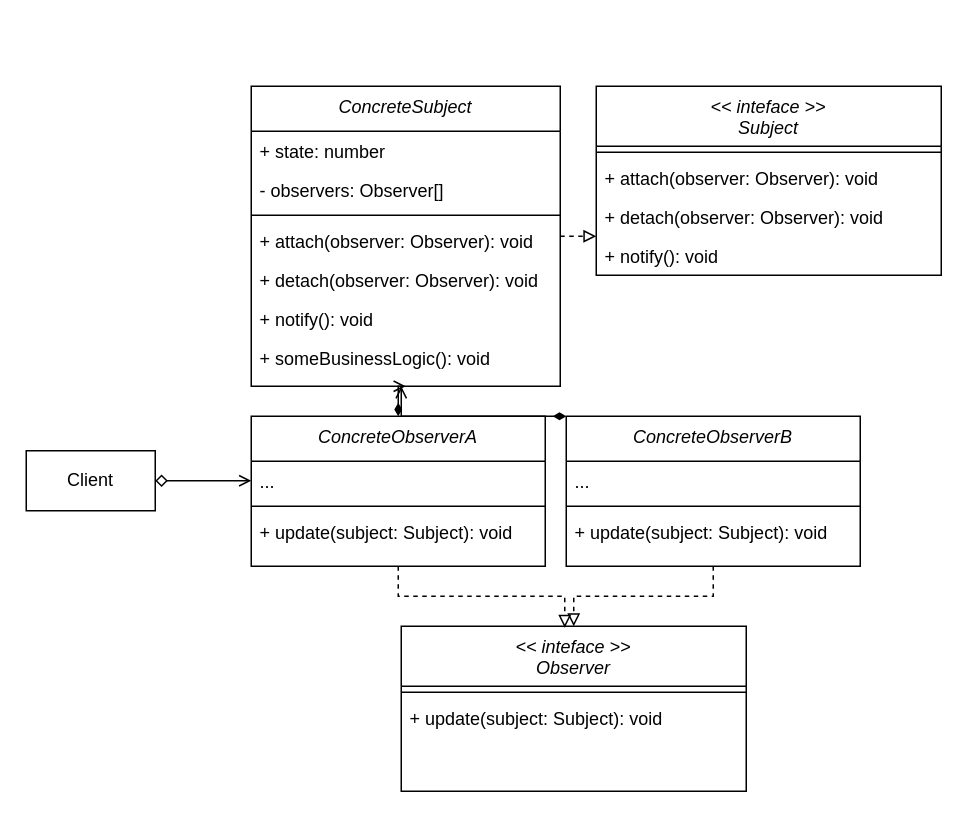
The draw.io diagram assets/draow.io/observer.drawio in orchsik/jts-pad, before the edit. Source tidied: cells renumbered, new cells numbered last; positions are measured from the earlier drawing's top-left corner, leaving out a move shared by most shapes. Both pictures are drawn from the tidied source at 150%, with x=0, y=0 at pixel (26, 86).
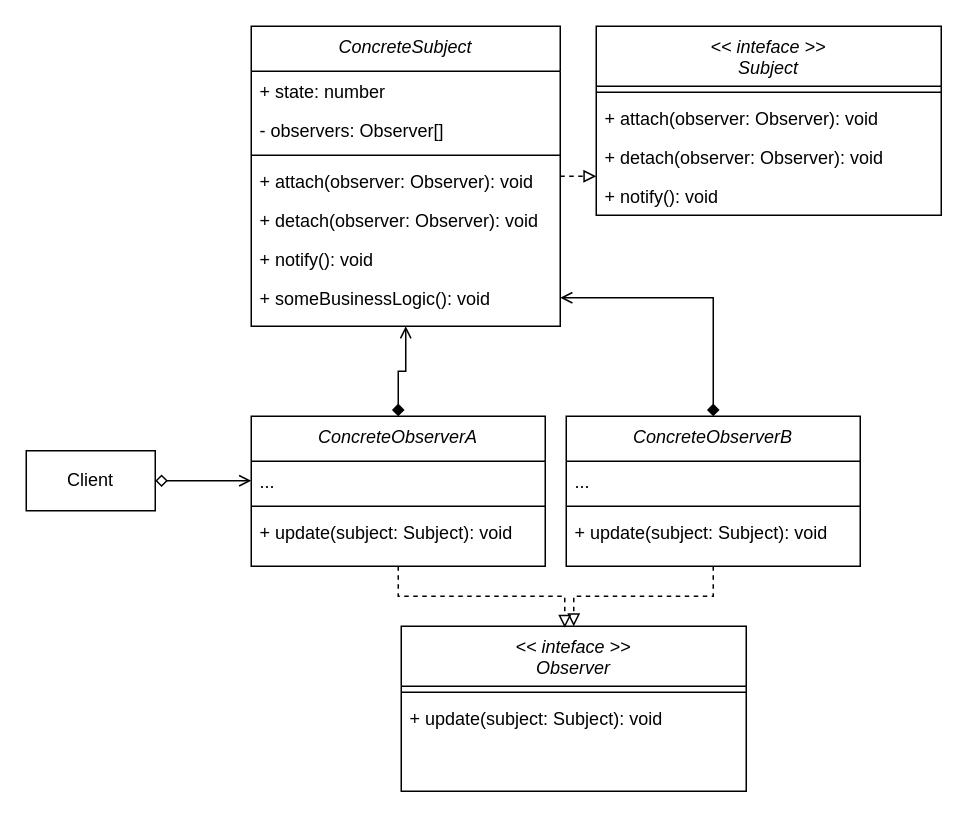
After the change.

Commit message (it also covers changes not shown here):
Update: class diagram for Observer index

The change refers to these unchanged cells:
```xml
<mxCell id="7" value="ConcreteObserverB" style="swimlane;fontStyle=2;align=center;verticalAlign=top;horizontal=1;startSize=30;rounded=0;shadow=0;strokeWidth=1;swimlaneLine=1;" parent="1" vertex="1">
  <mxGeometry x="360" y="220" width="196" height="100" as="geometry" />
</mxCell>
<mxCell id="19" value="+ someBusinessLogic(): void" style="text;align=left;verticalAlign=top;spacingLeft=4;spacingRight=4;overflow=hidden;points=[[0,0.5],[1,0.5]];portConstraint=eastwest;" parent="12" vertex="1">
  <mxGeometry y="168" width="206" height="26" as="geometry" />
</mxCell>
<mxCell id="22" value="ConcreteObserverA" style="swimlane;fontStyle=2;align=center;verticalAlign=top;horizontal=1;startSize=30;rounded=0;shadow=0;strokeWidth=1;swimlaneLine=1;" parent="1" vertex="1">
  <mxGeometry x="150" y="220" width="196" height="100" as="geometry" />
</mxCell>
<mxCell id="32" value="+ notify(): void" style="text;align=left;verticalAlign=top;spacingLeft=4;spacingRight=4;overflow=hidden;points=[[0,0.5],[1,0.5]];portConstraint=eastwest;" parent="28" vertex="1">
  <mxGeometry y="100" width="230" height="26" as="geometry" />
</mxCell>
```

What changed in the source:
```diff
@@
-    <mxCell id="6" style="edgeStyle=orthogonalEdgeStyle;rounded=0;jettySize=auto;html=1;startArrow=diamondThin;startFill=1;endArrow=open;endFill=0;" parent="1" edge="1" source="7">
-      <mxGeometry relative="1" as="geometry">
-        <mxPoint x="250" y="200" as="targetPoint" />
-        <Array as="points">
-          <mxPoint x="542" y="220" />
-          <mxPoint x="250" y="220" />
-        </Array>
-      </mxGeometry>
-    </mxCell>
@@
     <mxCell id="11" style="edgeStyle=orthogonalEdgeStyle;rounded=0;jettySize=auto;html=1;dashed=1;startArrow=none;startFill=0;endArrow=block;endFill=0;" parent="1" edge="1" source="12" target="32">
       <mxGeometry relative="1" as="geometry">
         <Array as="points">
-          <mxPoint x="400" y="100" />
-          <mxPoint x="400" y="100" />
+          <mxPoint x="400" y="60" />
+          <mxPoint x="400" y="60" />
         </Array>
       </mxGeometry>
     </mxCell>
+    <mxCell id="33" style="edgeStyle=orthogonalEdgeStyle;rounded=0;jettySize=auto;html=1;entryX=0.5;entryY=0;entryDx=0;entryDy=0;startArrow=open;startFill=0;endArrow=diamond;endFill=1;" parent="1" edge="1" source="12" target="22">
+      <mxGeometry relative="1" as="geometry" />
+    </mxCell>
     <mxCell id="12" value="ConcreteSubject" style="swimlane;fontStyle=2;align=center;verticalAlign=top;horizontal=1;startSize=30;rounded=0;shadow=0;strokeWidth=1;swimlaneLine=1;" parent="1" vertex="1">
-      <mxGeometry x="150" width="206" height="200" as="geometry" />
+      <mxGeometry x="150" y="-40" width="206" height="200" as="geometry" />
     </mxCell>
@@
-    <mxCell id="20" style="edgeStyle=orthogonalEdgeStyle;rounded=0;jettySize=auto;html=1;entryX=0.5;entryY=1;entryDx=0;entryDy=0;startArrow=diamondThin;startFill=1;endArrow=open;endFill=0;" parent="1" edge="1" source="22" target="12">
-      <mxGeometry relative="1" as="geometry" />
-    </mxCell>
@@
     <mxCell id="28" value="&lt;&lt; inteface &gt;&gt;&#10;Subject" style="swimlane;fontStyle=2;align=center;verticalAlign=top;horizontal=1;startSize=40;rounded=0;shadow=0;strokeWidth=1;swimlaneLine=1;" parent="1" vertex="1">
-      <mxGeometry x="380" width="230" height="126" as="geometry" />
+      <mxGeometry x="380" y="-40" width="230" height="126" as="geometry" />
     </mxCell>
@@
+    <mxCell id="34" style="edgeStyle=orthogonalEdgeStyle;rounded=0;jettySize=auto;html=1;entryX=0.5;entryY=0;entryDx=0;entryDy=0;startArrow=open;startFill=0;endArrow=diamond;endFill=1;" parent="1" edge="1" source="19" target="7">
+      <mxGeometry relative="1" as="geometry" />
+    </mxCell>
```
